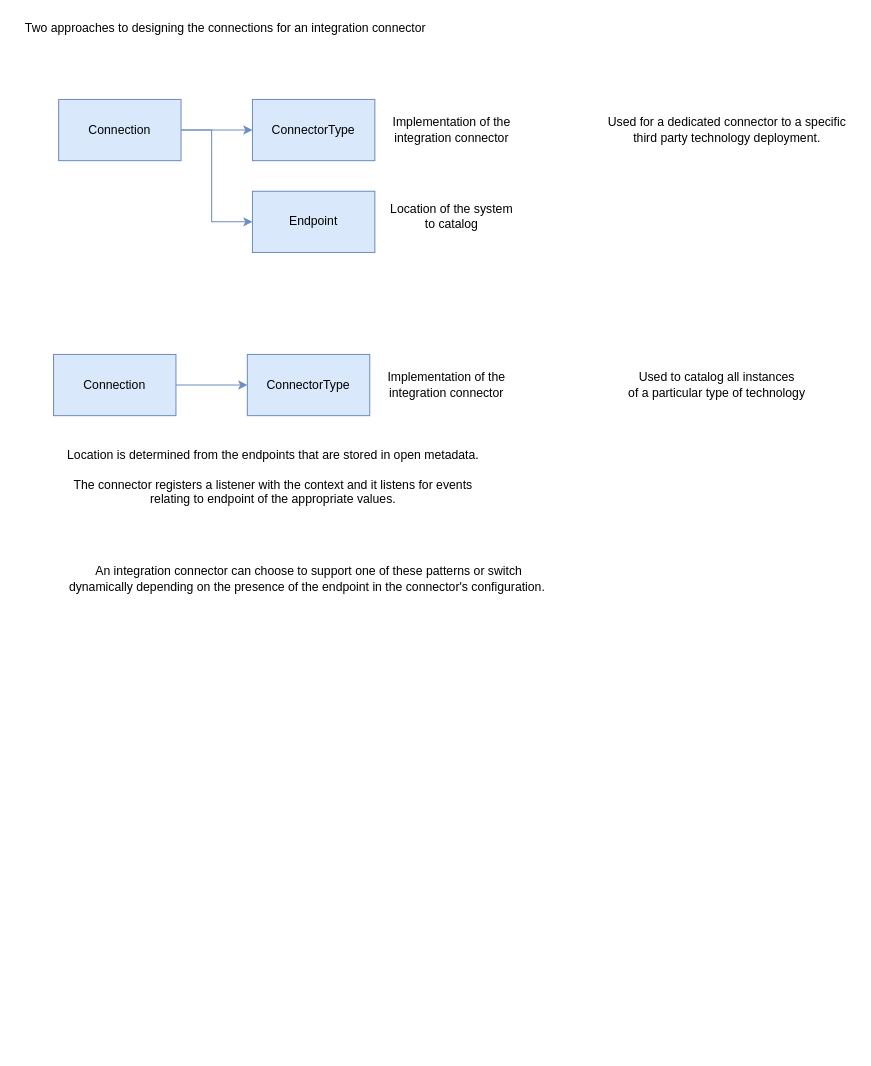
This is page "triggers" (2 of 3) of site/docs/guides/developer/integration-connectors/integration-connector.drawio from odpi/egeria-docs, a draw.io file, before an edit. Source tidied: cells renumbered, new cells numbered last; positions are measured from the earlier drawing's top-left corner, leaving out a move shared by most shapes. Both pictures are drawn from the tidied source at 102%, with x=0, y=0 at pixel (17, 17).
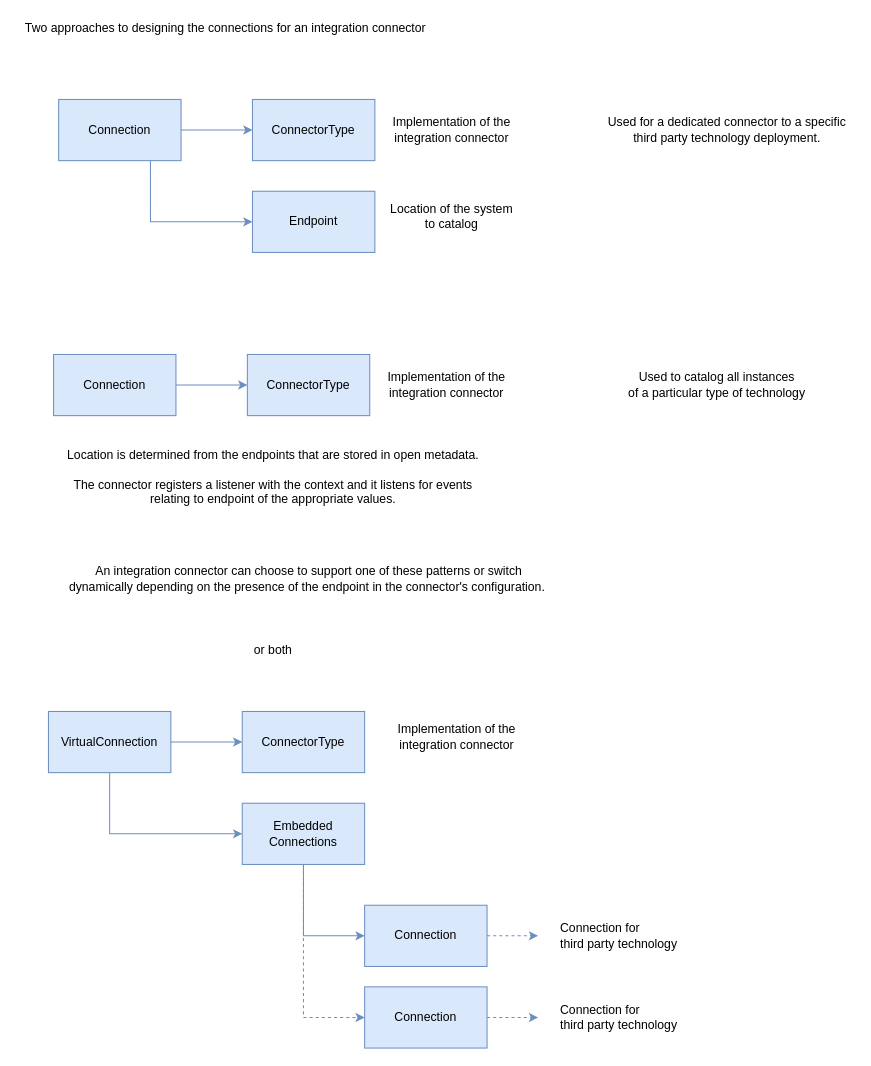
The same page after the edit.

Unchanged cells that the change refers to:
```xml
<mxCell id="4" value="Connection" style="rounded=0;whiteSpace=wrap;html=1;fillColor=#dae8fc;strokeColor=#6c8ebf;" parent="1" vertex="1">
  <mxGeometry x="40" y="80" width="120" height="60" as="geometry" />
</mxCell>
<mxCell id="6" value="Endpoint" style="rounded=0;whiteSpace=wrap;html=1;fillColor=#dae8fc;strokeColor=#6c8ebf;" parent="1" vertex="1">
  <mxGeometry x="230" y="170" width="120" height="60" as="geometry" />
</mxCell>
```

Diff of the diagram source:
```diff
@@
-    <mxCell id="3" style="edgeStyle=orthogonalEdgeStyle;rounded=0;jettySize=auto;html=1;fillColor=#dae8fc;strokeColor=#6c8ebf;" parent="1" edge="1" source="4" target="6">
-      <mxGeometry relative="1" as="geometry">
-        <Array as="points">
-          <mxPoint x="190" y="110" />
-          <mxPoint x="190" y="200" />
-        </Array>
-      </mxGeometry>
+    <mxCell id="3" style="edgeStyle=orthogonalEdgeStyle;rounded=0;jettySize=auto;html=1;exitX=0.75;exitY=1;exitDx=0;exitDy=0;entryX=0;entryY=0.5;entryDx=0;entryDy=0;fillColor=#dae8fc;strokeColor=#6c8ebf;" parent="1" edge="1" source="4" target="6">
+      <mxGeometry relative="1" as="geometry" />
     </mxCell>
@@
+    <mxCell id="18" value="or both" style="text;html=1;align=center;verticalAlign=middle;strokeColor=none;fillColor=none;" parent="1" vertex="1">
+      <mxGeometry x="225" y="610" width="50" height="20" as="geometry" />
+    </mxCell>
+    <mxCell id="19" style="edgeStyle=orthogonalEdgeStyle;rounded=0;jettySize=auto;html=1;fillColor=#dae8fc;strokeColor=#6c8ebf;" parent="1" edge="1" source="21" target="22">
+      <mxGeometry relative="1" as="geometry" />
+    </mxCell>
+    <mxCell id="20" style="edgeStyle=orthogonalEdgeStyle;rounded=0;jettySize=auto;html=1;exitX=0.5;exitY=1;exitDx=0;exitDy=0;entryX=0;entryY=0.5;entryDx=0;entryDy=0;fillColor=#dae8fc;strokeColor=#6c8ebf;" parent="1" edge="1" source="21" target="25">
+      <mxGeometry relative="1" as="geometry" />
+    </mxCell>
+    <mxCell id="21" value="VirtualConnection" style="rounded=0;whiteSpace=wrap;html=1;fillColor=#dae8fc;strokeColor=#6c8ebf;" parent="1" vertex="1">
+      <mxGeometry x="30" y="680" width="120" height="60" as="geometry" />
+    </mxCell>
+    <mxCell id="22" value="ConnectorType" style="rounded=0;whiteSpace=wrap;html=1;fillColor=#dae8fc;strokeColor=#6c8ebf;" parent="1" vertex="1">
+      <mxGeometry x="220" y="680" width="120" height="60" as="geometry" />
+    </mxCell>
+    <mxCell id="23" style="edgeStyle=orthogonalEdgeStyle;rounded=0;jettySize=auto;html=1;exitX=0.5;exitY=1;exitDx=0;exitDy=0;entryX=0;entryY=0.5;entryDx=0;entryDy=0;fillColor=#dae8fc;strokeColor=#6c8ebf;" parent="1" edge="1" source="25" target="27">
+      <mxGeometry relative="1" as="geometry" />
+    </mxCell>
+    <mxCell id="24" style="edgeStyle=orthogonalEdgeStyle;rounded=0;jettySize=auto;html=1;entryX=0;entryY=0.5;entryDx=0;entryDy=0;dashed=1;fillColor=#dae8fc;strokeColor=#6c8ebf;" parent="1" edge="1" source="25" target="29">
+      <mxGeometry relative="1" as="geometry" />
+    </mxCell>
+    <mxCell id="25" value="Embedded&lt;br&gt;Connections" style="rounded=0;whiteSpace=wrap;html=1;fillColor=#dae8fc;strokeColor=#6c8ebf;" parent="1" vertex="1">
+      <mxGeometry x="220" y="770" width="120" height="60" as="geometry" />
+    </mxCell>
+    <mxCell id="26" style="edgeStyle=orthogonalEdgeStyle;rounded=0;jettySize=auto;html=1;dashed=1;fillColor=#dae8fc;strokeColor=#6c8ebf;" parent="1" edge="1" source="27">
+      <mxGeometry relative="1" as="geometry">
+        <mxPoint x="510" y="900" as="targetPoint" />
+      </mxGeometry>
+    </mxCell>
+    <mxCell id="27" value="Connection" style="rounded=0;whiteSpace=wrap;html=1;fillColor=#dae8fc;strokeColor=#6c8ebf;" parent="1" vertex="1">
+      <mxGeometry x="340" y="870" width="120" height="60" as="geometry" />
+    </mxCell>
+    <mxCell id="28" style="edgeStyle=orthogonalEdgeStyle;rounded=0;jettySize=auto;html=1;dashed=1;fillColor=#dae8fc;strokeColor=#6c8ebf;" parent="1" edge="1" source="29">
+      <mxGeometry relative="1" as="geometry">
+        <mxPoint x="510" y="980" as="targetPoint" />
+      </mxGeometry>
+    </mxCell>
+    <mxCell id="29" value="Connection" style="rounded=0;whiteSpace=wrap;html=1;fillColor=#dae8fc;strokeColor=#6c8ebf;" parent="1" vertex="1">
+      <mxGeometry x="340" y="950" width="120" height="60" as="geometry" />
+    </mxCell>
+    <mxCell id="30" value="Implementation of the&lt;br&gt;integration connector" style="text;html=1;align=center;verticalAlign=middle;strokeColor=none;" parent="1" vertex="1">
+      <mxGeometry x="365" y="690" width="130" height="30" as="geometry" />
+    </mxCell>
+    <mxCell id="31" value="Connection for&lt;br&gt;third party technology" style="text;html=1;align=left;verticalAlign=middle;strokeColor=none;" parent="1" vertex="1">
+      <mxGeometry x="530" y="885" width="130" height="30" as="geometry" />
+    </mxCell>
+    <mxCell id="32" value="Connection for&lt;br&gt;third party technology" style="text;html=1;align=left;verticalAlign=middle;strokeColor=none;" parent="1" vertex="1">
+      <mxGeometry x="530" y="965" width="130" height="30" as="geometry" />
+    </mxCell>
```
